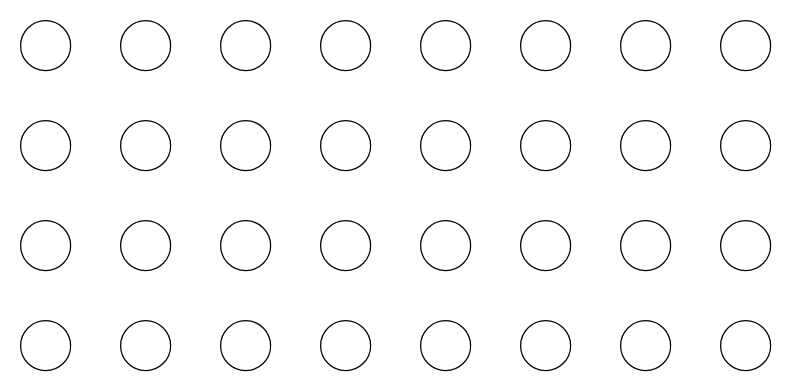
Above: dag.drawio in asonnino/various-diagrams (draw.io), before the change. Source tidied: cells renumbered, new cells numbered last; positions are measured from the earlier drawing's top-left corner, leaving out a move shared by most shapes. Both pictures are drawn from the tidied source at 125%, with x=0, y=0 at pixel (20, 20).
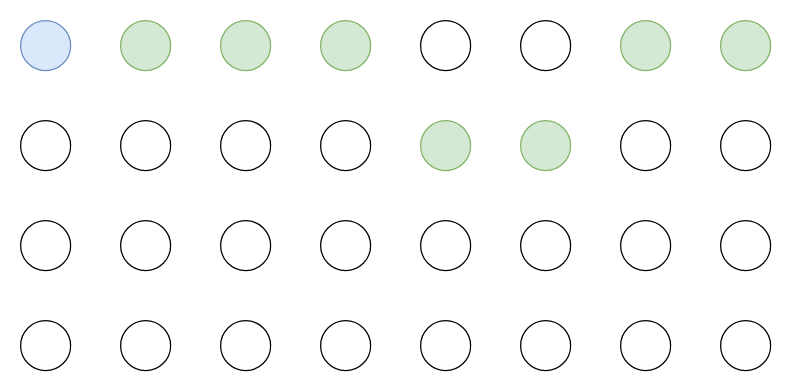
The same diagram, later.

Change to the diagram source:
```diff
@@
-    <mxCell id="2" style="ellipse;whiteSpace=wrap;html=1;" parent="1" vertex="1">
+    <mxCell id="2" style="ellipse;whiteSpace=wrap;html=1;fillColor=#dae8fc;strokeColor=#6c8ebf;" parent="1" vertex="1">
       <mxGeometry width="40" height="40" as="geometry" />
     </mxCell>
@@
-    <mxCell id="6" style="ellipse;whiteSpace=wrap;html=1;" parent="1" vertex="1">
+    <mxCell id="6" style="ellipse;whiteSpace=wrap;html=1;fillColor=#d5e8d4;strokeColor=#82b366;" parent="1" vertex="1">
       <mxGeometry x="80" width="40" height="40" as="geometry" />
     </mxCell>
@@
-    <mxCell id="10" style="ellipse;whiteSpace=wrap;html=1;" parent="1" vertex="1">
+    <mxCell id="10" style="ellipse;whiteSpace=wrap;html=1;fillColor=#d5e8d4;strokeColor=#82b366;" parent="1" vertex="1">
       <mxGeometry x="160" width="40" height="40" as="geometry" />
     </mxCell>
@@
-    <mxCell id="14" style="ellipse;whiteSpace=wrap;html=1;" parent="1" vertex="1">
+    <mxCell id="14" style="ellipse;whiteSpace=wrap;html=1;fillColor=#d5e8d4;strokeColor=#82b366;" parent="1" vertex="1">
       <mxGeometry x="240" width="40" height="40" as="geometry" />
     </mxCell>
@@
-    <mxCell id="19" style="ellipse;whiteSpace=wrap;html=1;" parent="1" vertex="1">
+    <mxCell id="19" style="ellipse;whiteSpace=wrap;html=1;fillColor=#d5e8d4;strokeColor=#82b366;" parent="1" vertex="1">
       <mxGeometry x="320" y="80" width="40" height="40" as="geometry" />
     </mxCell>
@@
-    <mxCell id="23" style="ellipse;whiteSpace=wrap;html=1;" parent="1" vertex="1">
+    <mxCell id="23" style="ellipse;whiteSpace=wrap;html=1;fillColor=#d5e8d4;strokeColor=#82b366;" parent="1" vertex="1">
       <mxGeometry x="400" y="80" width="40" height="40" as="geometry" />
     </mxCell>
@@
-    <mxCell id="26" style="ellipse;whiteSpace=wrap;html=1;" parent="1" vertex="1">
+    <mxCell id="26" style="ellipse;whiteSpace=wrap;html=1;fillColor=#d5e8d4;strokeColor=#82b366;" parent="1" vertex="1">
       <mxGeometry x="480" width="40" height="40" as="geometry" />
     </mxCell>
@@
-    <mxCell id="30" style="ellipse;whiteSpace=wrap;html=1;" parent="1" vertex="1">
+    <mxCell id="30" style="ellipse;whiteSpace=wrap;html=1;fillColor=#d5e8d4;strokeColor=#82b366;" parent="1" vertex="1">
       <mxGeometry x="560" width="40" height="40" as="geometry" />
     </mxCell>
```
